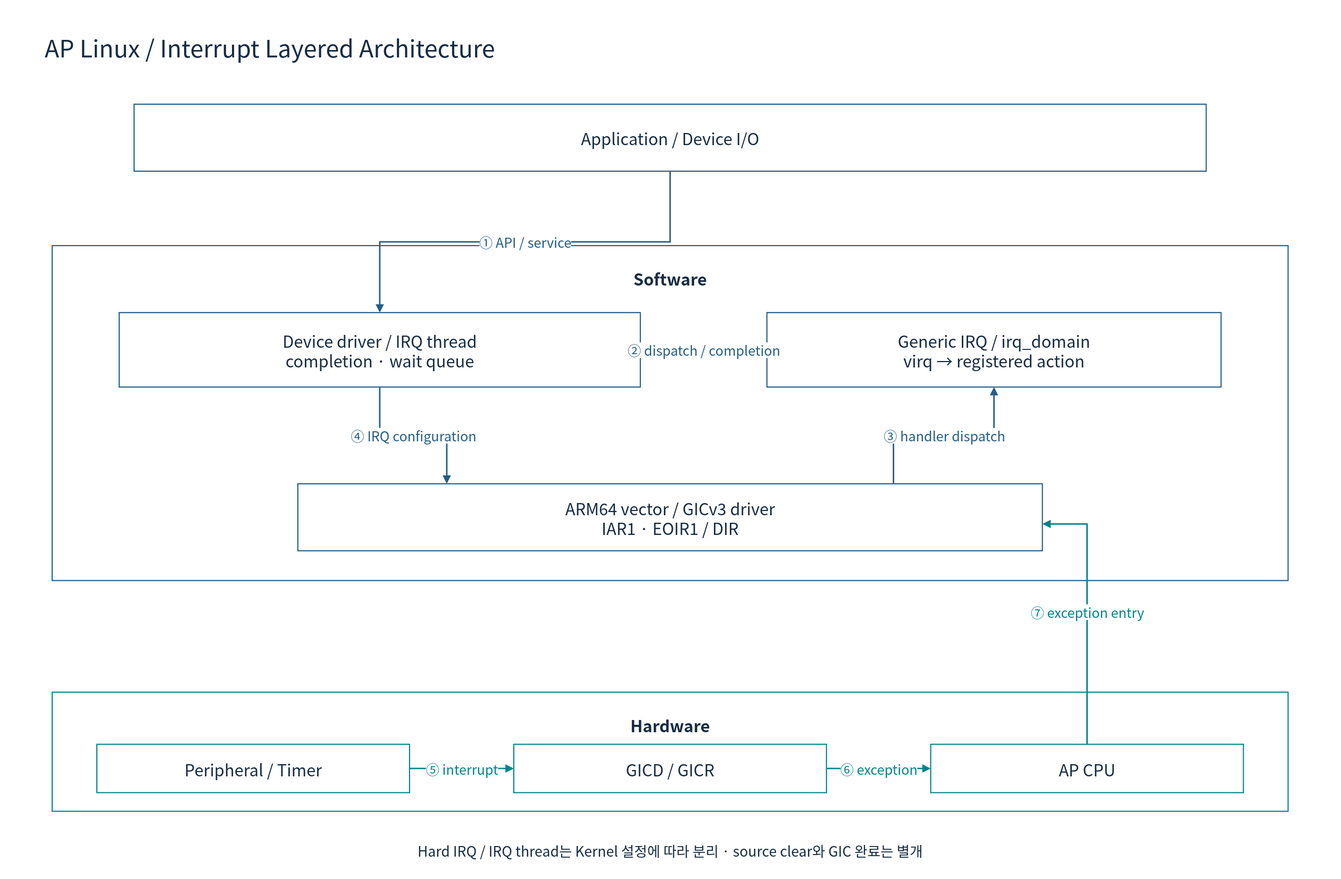
The draw.io diagram doc/phase1/interrupt/diagrams/08a-linux-software.drawio.svg in cometzero/project-apollo, before a commit. Source tidied: cells renumbered, new cells last; positions are measured from the earlier drawing's top-left corner, leaving out a move shared by most shapes. The source it was exported from:
```xml
<mxGraphModel background="#FFFFFF">
  <root>
    <mxCell id="0" />
    <mxCell id="1" parent="0" />
    <mxCell id="2" style="rounded=0;whiteSpace=wrap;html=1;fillColor=#FFFFFF;strokeColor=none;strokeWidth=1.5;fontColor=#172C43;fontFamily=Noto Sans CJK KR;fontSize=22;spacing=10;" parent="1" vertex="1">
      <mxGeometry width="1800" height="1180" as="geometry" />
    </mxCell>
    <mxCell id="3" value="AP Linux / Interrupt Layered Architecture" style="rounded=0;whiteSpace=wrap;html=1;fillColor=#FFFFFF;strokeColor=none;strokeWidth=1.5;fontColor=#172C43;fontFamily=Noto Sans CJK KR;fontSize=22;spacing=10;fontSize=32;align=left;" parent="1" vertex="1">
      <mxGeometry x="50" y="30" width="1700" height="65" as="geometry" />
    </mxCell>
    <mxCell id="4" value="Application / Device I/O" style="rounded=0;whiteSpace=wrap;html=1;fillColor=#FFFFFF;strokeColor=#235D86;strokeWidth=1.5;fontColor=#172C43;fontFamily=Noto Sans CJK KR;fontSize=22;spacing=10;" parent="1" vertex="1">
      <mxGeometry x="180" y="140" width="1440" height="90" as="geometry" />
    </mxCell>
    <mxCell id="5" value="Software" style="rounded=0;whiteSpace=wrap;html=1;fillColor=#FFFFFF;strokeColor=#235D86;strokeWidth=1.5;fontColor=#172C43;fontFamily=Noto Sans CJK KR;fontSize=22;spacing=10;verticalAlign=top;fontStyle=1;spacingTop=16;" parent="1" vertex="1">
      <mxGeometry x="70" y="330" width="1660" height="450" as="geometry" />
    </mxCell>
    <mxCell id="6" value="Device driver / IRQ thread&#10;completion · wait queue" style="rounded=0;whiteSpace=wrap;html=1;fillColor=#FFFFFF;strokeColor=#235D86;strokeWidth=1.5;fontColor=#172C43;fontFamily=Noto Sans CJK KR;fontSize=22;spacing=10;" parent="1" vertex="1">
      <mxGeometry x="160" y="420" width="700" height="100" as="geometry" />
    </mxCell>
    <mxCell id="7" value="Generic IRQ / irq_domain&#10;virq → registered action" style="rounded=0;whiteSpace=wrap;html=1;fillColor=#FFFFFF;strokeColor=#235D86;strokeWidth=1.5;fontColor=#172C43;fontFamily=Noto Sans CJK KR;fontSize=22;spacing=10;" parent="1" vertex="1">
      <mxGeometry x="1030" y="420" width="610" height="100" as="geometry" />
    </mxCell>
    <mxCell id="8" value="ARM64 vector / GICv3 driver&#10;IAR1 · EOIR1 / DIR" style="rounded=0;whiteSpace=wrap;html=1;fillColor=#FFFFFF;strokeColor=#235D86;strokeWidth=1.5;fontColor=#172C43;fontFamily=Noto Sans CJK KR;fontSize=22;spacing=10;" parent="1" vertex="1">
      <mxGeometry x="400" y="650" width="1000" height="90" as="geometry" />
    </mxCell>
    <mxCell id="9" value="① API / service" style="edgeStyle=orthogonalEdgeStyle;rounded=0;html=1;endArrow=block;endFill=1;strokeWidth=2;strokeColor=#235D86;fontColor=#235D86;fontFamily=Noto Sans CJK KR;fontSize=18;labelBackgroundColor=#FFFFFF;" parent="1" edge="1" source="4" target="6">
      <mxGeometry relative="1" as="geometry" />
    </mxCell>
    <mxCell id="10" value="② dispatch / completion" style="edgeStyle=orthogonalEdgeStyle;rounded=0;html=1;endArrow=block;endFill=1;strokeWidth=2;strokeColor=#235D86;fontColor=#235D86;fontFamily=Noto Sans CJK KR;fontSize=18;labelBackgroundColor=#FFFFFF;" parent="1" edge="1" source="7" target="6">
      <mxGeometry relative="1" as="geometry" />
    </mxCell>
    <mxCell id="11" value="③ handler dispatch" style="edgeStyle=orthogonalEdgeStyle;rounded=0;html=1;endArrow=block;endFill=1;strokeWidth=2;strokeColor=#235D86;fontColor=#235D86;fontFamily=Noto Sans CJK KR;fontSize=18;labelBackgroundColor=#FFFFFF;exitX=0.8;exitY=0;entryX=0.5;entryY=1;" parent="1" edge="1" source="8" target="7">
      <mxGeometry relative="1" as="geometry" />
    </mxCell>
    <mxCell id="12" value="④ IRQ configuration" style="edgeStyle=orthogonalEdgeStyle;rounded=0;html=1;endArrow=block;endFill=1;strokeWidth=2;strokeColor=#235D86;fontColor=#235D86;fontFamily=Noto Sans CJK KR;fontSize=18;labelBackgroundColor=#FFFFFF;exitX=0.5;exitY=1;entryX=0.2;entryY=0;" parent="1" edge="1" source="6" target="8">
      <mxGeometry relative="1" as="geometry" />
    </mxCell>
    <mxCell id="13" value="Hardware" style="rounded=0;whiteSpace=wrap;html=1;fillColor=#FFFFFF;strokeColor=#00838A;strokeWidth=1.5;fontColor=#172C43;fontFamily=Noto Sans CJK KR;fontSize=22;spacing=10;verticalAlign=top;fontStyle=1;spacingTop=16;" parent="1" vertex="1">
      <mxGeometry x="70" y="930" width="1660" height="160" as="geometry" />
    </mxCell>
    <mxCell id="14" value="Peripheral / Timer" style="rounded=0;whiteSpace=wrap;html=1;fillColor=#FFFFFF;strokeColor=#00838A;strokeWidth=1.5;fontColor=#172C43;fontFamily=Noto Sans CJK KR;fontSize=22;spacing=10;" parent="1" vertex="1">
      <mxGeometry x="130" y="1000" width="420" height="65" as="geometry" />
    </mxCell>
    <mxCell id="15" value="GICD / GICR" style="rounded=0;whiteSpace=wrap;html=1;fillColor=#FFFFFF;strokeColor=#00838A;strokeWidth=1.5;fontColor=#172C43;fontFamily=Noto Sans CJK KR;fontSize=22;spacing=10;" parent="1" vertex="1">
      <mxGeometry x="690" y="1000" width="420" height="65" as="geometry" />
    </mxCell>
    <mxCell id="16" value="AP CPU" style="rounded=0;whiteSpace=wrap;html=1;fillColor=#FFFFFF;strokeColor=#00838A;strokeWidth=1.5;fontColor=#172C43;fontFamily=Noto Sans CJK KR;fontSize=22;spacing=10;" parent="1" vertex="1">
      <mxGeometry x="1250" y="1000" width="420" height="65" as="geometry" />
    </mxCell>
    <mxCell id="17" value="⑤ interrupt" style="edgeStyle=orthogonalEdgeStyle;rounded=0;html=1;endArrow=block;endFill=1;strokeWidth=2;strokeColor=#00838A;fontColor=#00838A;fontFamily=Noto Sans CJK KR;fontSize=18;labelBackgroundColor=#FFFFFF;" parent="1" edge="1" source="14" target="15">
      <mxGeometry relative="1" as="geometry" />
    </mxCell>
    <mxCell id="18" value="⑥ exception" style="edgeStyle=orthogonalEdgeStyle;rounded=0;html=1;endArrow=block;endFill=1;strokeWidth=2;strokeColor=#00838A;fontColor=#00838A;fontFamily=Noto Sans CJK KR;fontSize=18;labelBackgroundColor=#FFFFFF;" parent="1" edge="1" source="15" target="16">
      <mxGeometry relative="1" as="geometry" />
    </mxCell>
    <mxCell id="19" value="⑦ exception entry" style="edgeStyle=orthogonalEdgeStyle;rounded=0;html=1;endArrow=block;endFill=1;strokeWidth=2;strokeColor=#00838A;fontColor=#00838A;fontFamily=Noto Sans CJK KR;fontSize=18;labelBackgroundColor=#FFFFFF;exitX=0.5;exitY=0;entryX=1;entryY=0.6;" parent="1" edge="1" source="16" target="8">
      <mxGeometry relative="1" as="geometry" />
    </mxCell>
    <mxCell id="20" value="Hard IRQ / IRQ thread는 Kernel 설정에 따라 분리 · source clear와 GIC 완료는 별개" style="rounded=0;whiteSpace=wrap;html=1;fillColor=#FFFFFF;strokeColor=none;strokeWidth=1.5;fontColor=#172C43;fontFamily=Noto Sans CJK KR;fontSize=22;spacing=10;fontSize=19;" parent="1" vertex="1">
      <mxGeometry x="70" y="1120" width="1660" height="45" as="geometry" />
    </mxCell>
  </root>
</mxGraphModel>
```
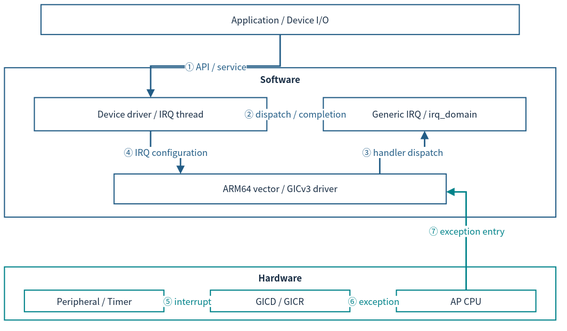
After the commit.

Change to the diagram source:
```diff
@@ -2,62 +2,53 @@
   <root>
     <mxCell id="0" />
     <mxCell id="1" parent="0" />
-    <mxCell id="2" style="rounded=0;whiteSpace=wrap;html=1;fillColor=#FFFFFF;strokeColor=none;strokeWidth=1.5;fontColor=#172C43;fontFamily=Noto Sans CJK KR;fontSize=22;spacing=10;" parent="1" vertex="1">
-      <mxGeometry width="1800" height="1180" as="geometry" />
-    </mxCell>
-    <mxCell id="3" value="AP Linux / Interrupt Layered Architecture" style="rounded=0;whiteSpace=wrap;html=1;fillColor=#FFFFFF;strokeColor=none;strokeWidth=1.5;fontColor=#172C43;fontFamily=Noto Sans CJK KR;fontSize=22;spacing=10;fontSize=32;align=left;" parent="1" vertex="1">
-      <mxGeometry x="50" y="30" width="1700" height="65" as="geometry" />
-    </mxCell>
-    <mxCell id="4" value="Application / Device I/O" style="rounded=0;whiteSpace=wrap;html=1;fillColor=#FFFFFF;strokeColor=#235D86;strokeWidth=1.5;fontColor=#172C43;fontFamily=Noto Sans CJK KR;fontSize=22;spacing=10;" parent="1" vertex="1">
-      <mxGeometry x="180" y="140" width="1440" height="90" as="geometry" />
+    <mxCell id="4" value="Application / Device I/O" style="rounded=0;whiteSpace=wrap;html=1;fillColor=#FFFFFF;strokeColor=#235D86;strokeWidth=1.5;fontColor=#172C43;fontFamily=Noto Sans CJK KR;fontSize=12;spacing=3;whiteSpace=wrap;" parent="1" vertex="1">
+      <mxGeometry x="61" y="12" width="641.9" height="40.1" as="geometry" />
     </mxCell>
-    <mxCell id="5" value="Software" style="rounded=0;whiteSpace=wrap;html=1;fillColor=#FFFFFF;strokeColor=#235D86;strokeWidth=1.5;fontColor=#172C43;fontFamily=Noto Sans CJK KR;fontSize=22;spacing=10;verticalAlign=top;fontStyle=1;spacingTop=16;" parent="1" vertex="1">
-      <mxGeometry x="70" y="330" width="1660" height="450" as="geometry" />
+    <mxCell id="5" value="Software" style="rounded=0;whiteSpace=wrap;html=1;fillColor=#FFFFFF;strokeColor=#235D86;strokeWidth=1.5;fontColor=#172C43;fontFamily=Noto Sans CJK KR;verticalAlign=top;fontStyle=1;fontSize=12;spacing=3;whiteSpace=wrap;" parent="1" vertex="1">
+      <mxGeometry x="12" y="96.7" width="740" height="200.6" as="geometry" />
     </mxCell>
-    <mxCell id="6" value="Device driver / IRQ thread&#10;completion · wait queue" style="rounded=0;whiteSpace=wrap;html=1;fillColor=#FFFFFF;strokeColor=#235D86;strokeWidth=1.5;fontColor=#172C43;fontFamily=Noto Sans CJK KR;fontSize=22;spacing=10;" parent="1" vertex="1">
-      <mxGeometry x="160" y="420" width="700" height="100" as="geometry" />
+    <mxCell id="6" value="Device driver / IRQ thread" style="rounded=0;whiteSpace=wrap;html=1;fillColor=#FFFFFF;strokeColor=#235D86;strokeWidth=1.5;fontColor=#172C43;fontFamily=Noto Sans CJK KR;fontSize=12;spacing=3;whiteSpace=wrap;" parent="1" vertex="1">
+      <mxGeometry x="52.1" y="136.8" width="312.1" height="44.6" as="geometry" />
     </mxCell>
-    <mxCell id="7" value="Generic IRQ / irq_domain&#10;virq → registered action" style="rounded=0;whiteSpace=wrap;html=1;fillColor=#FFFFFF;strokeColor=#235D86;strokeWidth=1.5;fontColor=#172C43;fontFamily=Noto Sans CJK KR;fontSize=22;spacing=10;" parent="1" vertex="1">
-      <mxGeometry x="1030" y="420" width="610" height="100" as="geometry" />
+    <mxCell id="7" value="Generic IRQ / irq_domain" style="rounded=0;whiteSpace=wrap;html=1;fillColor=#FFFFFF;strokeColor=#235D86;strokeWidth=1.5;fontColor=#172C43;fontFamily=Noto Sans CJK KR;fontSize=12;spacing=3;whiteSpace=wrap;" parent="1" vertex="1">
+      <mxGeometry x="439.9" y="136.8" width="271.9" height="44.6" as="geometry" />
     </mxCell>
-    <mxCell id="8" value="ARM64 vector / GICv3 driver&#10;IAR1 · EOIR1 / DIR" style="rounded=0;whiteSpace=wrap;html=1;fillColor=#FFFFFF;strokeColor=#235D86;strokeWidth=1.5;fontColor=#172C43;fontFamily=Noto Sans CJK KR;fontSize=22;spacing=10;" parent="1" vertex="1">
-      <mxGeometry x="400" y="650" width="1000" height="90" as="geometry" />
+    <mxCell id="8" value="ARM64 vector / GICv3 driver" style="rounded=0;whiteSpace=wrap;html=1;fillColor=#FFFFFF;strokeColor=#235D86;strokeWidth=1.5;fontColor=#172C43;fontFamily=Noto Sans CJK KR;fontSize=12;spacing=3;whiteSpace=wrap;" parent="1" vertex="1">
+      <mxGeometry x="159.1" y="239.3" width="445.8" height="40.1" as="geometry" />
     </mxCell>
-    <mxCell id="9" value="① API / service" style="edgeStyle=orthogonalEdgeStyle;rounded=0;html=1;endArrow=block;endFill=1;strokeWidth=2;strokeColor=#235D86;fontColor=#235D86;fontFamily=Noto Sans CJK KR;fontSize=18;labelBackgroundColor=#FFFFFF;" parent="1" edge="1" source="4" target="6">
+    <mxCell id="9" value="① API / service" style="edgeStyle=orthogonalEdgeStyle;rounded=0;html=1;endArrow=block;endFill=1;strokeWidth=2;strokeColor=#235D86;fontColor=#235D86;fontFamily=Noto Sans CJK KR;labelBackgroundColor=#FFFFFF;fontSize=12;spacing=3;whiteSpace=nowrap;" parent="1" edge="1" source="4" target="6">
       <mxGeometry relative="1" as="geometry" />
     </mxCell>
-    <mxCell id="10" value="② dispatch / completion" style="edgeStyle=orthogonalEdgeStyle;rounded=0;html=1;endArrow=block;endFill=1;strokeWidth=2;strokeColor=#235D86;fontColor=#235D86;fontFamily=Noto Sans CJK KR;fontSize=18;labelBackgroundColor=#FFFFFF;" parent="1" edge="1" source="7" target="6">
+    <mxCell id="10" value="② dispatch / completion" style="edgeStyle=orthogonalEdgeStyle;rounded=0;html=1;endArrow=block;endFill=1;strokeWidth=2;strokeColor=#235D86;fontColor=#235D86;fontFamily=Noto Sans CJK KR;labelBackgroundColor=#FFFFFF;fontSize=12;spacing=3;whiteSpace=nowrap;" parent="1" edge="1" source="7" target="6">
       <mxGeometry relative="1" as="geometry" />
     </mxCell>
-    <mxCell id="11" value="③ handler dispatch" style="edgeStyle=orthogonalEdgeStyle;rounded=0;html=1;endArrow=block;endFill=1;strokeWidth=2;strokeColor=#235D86;fontColor=#235D86;fontFamily=Noto Sans CJK KR;fontSize=18;labelBackgroundColor=#FFFFFF;exitX=0.8;exitY=0;entryX=0.5;entryY=1;" parent="1" edge="1" source="8" target="7">
+    <mxCell id="11" value="③ handler dispatch" style="edgeStyle=orthogonalEdgeStyle;rounded=0;html=1;endArrow=block;endFill=1;strokeWidth=2;strokeColor=#235D86;fontColor=#235D86;fontFamily=Noto Sans CJK KR;labelBackgroundColor=#FFFFFF;exitX=0.8;exitY=0;entryX=0.5;entryY=1;fontSize=12;spacing=3;whiteSpace=nowrap;" parent="1" edge="1" source="8" target="7">
       <mxGeometry relative="1" as="geometry" />
     </mxCell>
-    <mxCell id="12" value="④ IRQ configuration" style="edgeStyle=orthogonalEdgeStyle;rounded=0;html=1;endArrow=block;endFill=1;strokeWidth=2;strokeColor=#235D86;fontColor=#235D86;fontFamily=Noto Sans CJK KR;fontSize=18;labelBackgroundColor=#FFFFFF;exitX=0.5;exitY=1;entryX=0.2;entryY=0;" parent="1" edge="1" source="6" target="8">
+    <mxCell id="12" value="④ IRQ configuration" style="edgeStyle=orthogonalEdgeStyle;rounded=0;html=1;endArrow=block;endFill=1;strokeWidth=2;strokeColor=#235D86;fontColor=#235D86;fontFamily=Noto Sans CJK KR;labelBackgroundColor=#FFFFFF;exitX=0.5;exitY=1;entryX=0.2;entryY=0;fontSize=12;spacing=3;whiteSpace=nowrap;" parent="1" edge="1" source="6" target="8">
       <mxGeometry relative="1" as="geometry" />
     </mxCell>
-    <mxCell id="13" value="Hardware" style="rounded=0;whiteSpace=wrap;html=1;fillColor=#FFFFFF;strokeColor=#00838A;strokeWidth=1.5;fontColor=#172C43;fontFamily=Noto Sans CJK KR;fontSize=22;spacing=10;verticalAlign=top;fontStyle=1;spacingTop=16;" parent="1" vertex="1">
-      <mxGeometry x="70" y="930" width="1660" height="160" as="geometry" />
+    <mxCell id="13" value="Hardware" style="rounded=0;whiteSpace=wrap;html=1;fillColor=#FFFFFF;strokeColor=#00838A;strokeWidth=1.5;fontColor=#172C43;fontFamily=Noto Sans CJK KR;verticalAlign=top;fontStyle=1;fontSize=12;spacing=3;whiteSpace=wrap;" parent="1" vertex="1">
+      <mxGeometry x="12" y="364.2" width="740" height="71.3" as="geometry" />
     </mxCell>
-    <mxCell id="14" value="Peripheral / Timer" style="rounded=0;whiteSpace=wrap;html=1;fillColor=#FFFFFF;strokeColor=#00838A;strokeWidth=1.5;fontColor=#172C43;fontFamily=Noto Sans CJK KR;fontSize=22;spacing=10;" parent="1" vertex="1">
-      <mxGeometry x="130" y="1000" width="420" height="65" as="geometry" />
+    <mxCell id="14" value="Peripheral / Timer" style="rounded=0;whiteSpace=wrap;html=1;fillColor=#FFFFFF;strokeColor=#00838A;strokeWidth=1.5;fontColor=#172C43;fontFamily=Noto Sans CJK KR;fontSize=12;spacing=3;whiteSpace=wrap;" parent="1" vertex="1">
+      <mxGeometry x="38.8" y="395.4" width="187.2" height="29" as="geometry" />
     </mxCell>
-    <mxCell id="15" value="GICD / GICR" style="rounded=0;whiteSpace=wrap;html=1;fillColor=#FFFFFF;strokeColor=#00838A;strokeWidth=1.5;fontColor=#172C43;fontFamily=Noto Sans CJK KR;fontSize=22;spacing=10;" parent="1" vertex="1">
-      <mxGeometry x="690" y="1000" width="420" height="65" as="geometry" />
+    <mxCell id="15" value="GICD / GICR" style="rounded=0;whiteSpace=wrap;html=1;fillColor=#FFFFFF;strokeColor=#00838A;strokeWidth=1.5;fontColor=#172C43;fontFamily=Noto Sans CJK KR;fontSize=12;spacing=3;whiteSpace=wrap;" parent="1" vertex="1">
+      <mxGeometry x="288.4" y="395.4" width="187.2" height="29" as="geometry" />
     </mxCell>
-    <mxCell id="16" value="AP CPU" style="rounded=0;whiteSpace=wrap;html=1;fillColor=#FFFFFF;strokeColor=#00838A;strokeWidth=1.5;fontColor=#172C43;fontFamily=Noto Sans CJK KR;fontSize=22;spacing=10;" parent="1" vertex="1">
-      <mxGeometry x="1250" y="1000" width="420" height="65" as="geometry" />
+    <mxCell id="16" value="AP CPU" style="rounded=0;whiteSpace=wrap;html=1;fillColor=#FFFFFF;strokeColor=#00838A;strokeWidth=1.5;fontColor=#172C43;fontFamily=Noto Sans CJK KR;fontSize=12;spacing=3;whiteSpace=wrap;" parent="1" vertex="1">
+      <mxGeometry x="538" y="395.4" width="187.2" height="29" as="geometry" />
     </mxCell>
-    <mxCell id="17" value="⑤ interrupt" style="edgeStyle=orthogonalEdgeStyle;rounded=0;html=1;endArrow=block;endFill=1;strokeWidth=2;strokeColor=#00838A;fontColor=#00838A;fontFamily=Noto Sans CJK KR;fontSize=18;labelBackgroundColor=#FFFFFF;" parent="1" edge="1" source="14" target="15">
+    <mxCell id="17" value="⑤ interrupt" style="edgeStyle=orthogonalEdgeStyle;rounded=0;html=1;endArrow=block;endFill=1;strokeWidth=2;strokeColor=#00838A;fontColor=#00838A;fontFamily=Noto Sans CJK KR;labelBackgroundColor=#FFFFFF;fontSize=12;spacing=3;whiteSpace=nowrap;" parent="1" edge="1" source="14" target="15">
       <mxGeometry relative="1" as="geometry" />
     </mxCell>
-    <mxCell id="18" value="⑥ exception" style="edgeStyle=orthogonalEdgeStyle;rounded=0;html=1;endArrow=block;endFill=1;strokeWidth=2;strokeColor=#00838A;fontColor=#00838A;fontFamily=Noto Sans CJK KR;fontSize=18;labelBackgroundColor=#FFFFFF;" parent="1" edge="1" source="15" target="16">
+    <mxCell id="18" value="⑥ exception" style="edgeStyle=orthogonalEdgeStyle;rounded=0;html=1;endArrow=block;endFill=1;strokeWidth=2;strokeColor=#00838A;fontColor=#00838A;fontFamily=Noto Sans CJK KR;labelBackgroundColor=#FFFFFF;fontSize=12;spacing=3;whiteSpace=nowrap;" parent="1" edge="1" source="15" target="16">
       <mxGeometry relative="1" as="geometry" />
     </mxCell>
-    <mxCell id="19" value="⑦ exception entry" style="edgeStyle=orthogonalEdgeStyle;rounded=0;html=1;endArrow=block;endFill=1;strokeWidth=2;strokeColor=#00838A;fontColor=#00838A;fontFamily=Noto Sans CJK KR;fontSize=18;labelBackgroundColor=#FFFFFF;exitX=0.5;exitY=0;entryX=1;entryY=0.6;" parent="1" edge="1" source="16" target="8">
+    <mxCell id="19" value="⑦ exception entry" style="edgeStyle=orthogonalEdgeStyle;rounded=0;html=1;endArrow=block;endFill=1;strokeWidth=2;strokeColor=#00838A;fontColor=#00838A;fontFamily=Noto Sans CJK KR;labelBackgroundColor=#FFFFFF;exitX=0.5;exitY=0;entryX=1;entryY=0.6;fontSize=12;spacing=3;whiteSpace=nowrap;" parent="1" edge="1" source="16" target="8">
       <mxGeometry relative="1" as="geometry" />
     </mxCell>
-    <mxCell id="20" value="Hard IRQ / IRQ thread는 Kernel 설정에 따라 분리 · source clear와 GIC 완료는 별개" style="rounded=0;whiteSpace=wrap;html=1;fillColor=#FFFFFF;strokeColor=none;strokeWidth=1.5;fontColor=#172C43;fontFamily=Noto Sans CJK KR;fontSize=22;spacing=10;fontSize=19;" parent="1" vertex="1">
-      <mxGeometry x="70" y="1120" width="1660" height="45" as="geometry" />
-    </mxCell>
   </root>
 </mxGraphModel>
```
